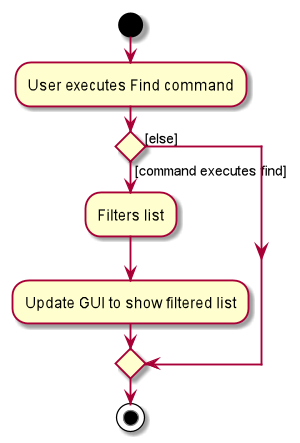
nus-cs2103-AY2021S1/tp keeps this PlantUML diagram as docs/images/FindActivityDiagram.png. Above is the earlier version.
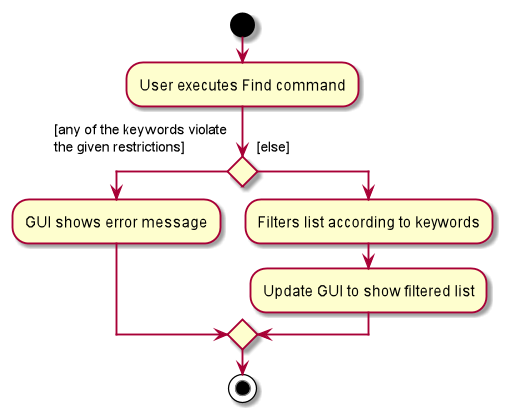
The same file after the commit.

Commit message:
Update Find Activity Diagram

Change to the diagram source:
```diff
@@ -3,10 +3,14 @@
 :User executes Find command;
 
 
-if () then ([command executes find])
-    :Filters list;
+if () then ([any of the keywords violate
+the given restrictions]
+)
+    :GUI shows error message;
+else ([else]
+)
+    :Filters list according to keywords;
     :Update GUI to show filtered list;
-else ([else])
 endif
 stop
 @enduml
```
